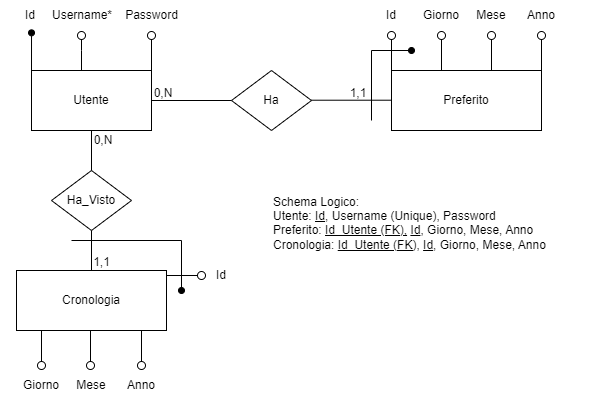
Before: 7_Allegati/DB/Schema_E-R.png, a diagram exported from draw.io (Skydog17/APOD_API-2024-2025). Source tidied: cells renumbered, new cells last; positions are measured from the earlier drawing's top-left corner, leaving out a move shared by most shapes.
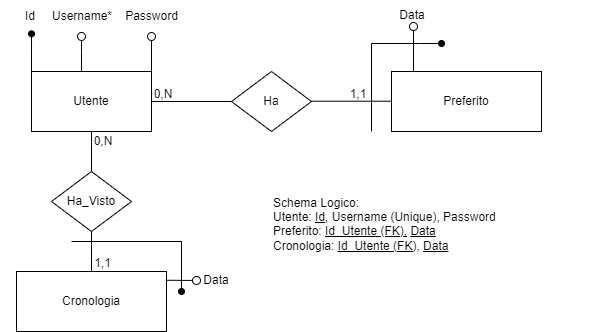
Above is the later version.

The edit, as a diff of the source:
```diff
@@ -14,27 +14,21 @@
     <mxCell id="5" style="endArrow=oval;html=1;rounded=0;endFill=1;exitX=0;exitY=0;exitDx=0;exitDy=0;entryX=0.517;entryY=1.078;entryDx=0;entryDy=0;entryPerimeter=0;" parent="1" edge="1" source="2" target="9">
       <mxGeometry relative="1" as="geometry" />
     </mxCell>
-    <mxCell id="6" style="endArrow=circle;html=1;rounded=0;endFill=0;startSize=3;endSize=3;" parent="1" edge="1">
-      <mxGeometry relative="1" as="geometry">
-        <mxPoint x="81" y="70" as="sourcePoint" />
-        <mxPoint x="81" y="30" as="targetPoint" />
-        <Array as="points">
-          <mxPoint x="81" y="50" />
-        </Array>
-      </mxGeometry>
-    </mxCell>
-    <mxCell id="7" style="endArrow=circle;html=1;rounded=0;endFill=0;startSize=3;endSize=3;" parent="1" edge="1">
-      <mxGeometry relative="1" as="geometry">
-        <mxPoint x="541" y="70" as="sourcePoint" />
-        <mxPoint x="541" y="30" as="targetPoint" />
-      </mxGeometry>
-    </mxCell>
-    <mxCell id="8" style="endArrow=circle;html=1;rounded=0;endFill=0;startSize=3;endSize=3;" parent="1" edge="1">
-      <mxGeometry relative="1" as="geometry">
-        <mxPoint x="151" y="70" as="sourcePoint" />
-        <mxPoint x="151" y="30" as="targetPoint" />
-      </mxGeometry>
-    </mxCell>
+    <mxCell id="40" style="endArrow=circle;html=1;rounded=0;endFill=0;startSize=3;endSize=3;" parent="1" edge="1">
+      <mxGeometry relative="1" as="geometry">
+        <mxPoint x="81" y="70" as="sourcePoint" />
+        <mxPoint x="81" y="30" as="targetPoint" />
+        <Array as="points">
+          <mxPoint x="81" y="50" />
+        </Array>
+      </mxGeometry>
+    </mxCell>
+    <mxCell id="41" style="endArrow=circle;html=1;rounded=0;endFill=0;startSize=3;endSize=3;" parent="1" edge="1">
+      <mxGeometry relative="1" as="geometry">
+        <mxPoint x="151" y="70" as="sourcePoint" />
+        <mxPoint x="151" y="30" as="targetPoint" />
+      </mxGeometry>
+    </mxCell>
     <mxCell id="9" value="Id" style="text;html=1;align=center;verticalAlign=middle;whiteSpace=wrap;rounded=0;" parent="1" vertex="1">
       <mxGeometry width="60" height="30" as="geometry" />
     </mxCell>
@@ -44,127 +38,77 @@
     <mxCell id="11" value="Password" style="text;html=1;align=center;verticalAlign=middle;strokeColor=none;fillColor=none;" parent="1" vertex="1">
       <mxGeometry x="111" width="80" height="30" as="geometry" />
     </mxCell>
-    <mxCell id="12" style="endArrow=circle;html=1;rounded=0;endFill=0;startSize=3;endSize=3;" parent="1" edge="1">
-      <mxGeometry relative="1" as="geometry">
-        <mxPoint x="441" y="70" as="sourcePoint" />
-        <mxPoint x="441" y="30" as="targetPoint" />
-      </mxGeometry>
-    </mxCell>
-    <mxCell id="13" style="endArrow=circle;html=1;rounded=0;endFill=0;startSize=3;endSize=3;" parent="1" edge="1">
-      <mxGeometry relative="1" as="geometry">
-        <mxPoint x="491" y="70" as="sourcePoint" />
-        <mxPoint x="491" y="30" as="targetPoint" />
-      </mxGeometry>
-    </mxCell>
-    <mxCell id="14" style="endArrow=circle;html=1;rounded=0;endFill=0;startSize=3;endSize=3;" parent="1" edge="1">
-      <mxGeometry relative="1" as="geometry">
-        <mxPoint x="391" y="70" as="sourcePoint" />
-        <mxPoint x="391" y="30" as="targetPoint" />
-      </mxGeometry>
-    </mxCell>
-    <mxCell id="15" value="Id" style="text;html=1;align=center;verticalAlign=middle;whiteSpace=wrap;rounded=0;" parent="1" vertex="1">
-      <mxGeometry x="361" width="60" height="30" as="geometry" />
-    </mxCell>
-    <mxCell id="16" value="Giorno" style="text;html=1;align=center;verticalAlign=middle;whiteSpace=wrap;rounded=0;" parent="1" vertex="1">
-      <mxGeometry x="411" width="60" height="30" as="geometry" />
-    </mxCell>
-    <mxCell id="17" value="Mese" style="text;html=1;align=center;verticalAlign=middle;whiteSpace=wrap;rounded=0;" parent="1" vertex="1">
-      <mxGeometry x="461" width="60" height="30" as="geometry" />
-    </mxCell>
-    <mxCell id="18" value="Anno" style="text;html=1;align=center;verticalAlign=middle;whiteSpace=wrap;rounded=0;" parent="1" vertex="1">
-      <mxGeometry x="511" width="60" height="30" as="geometry" />
-    </mxCell>
     <mxCell id="19" style="endArrow=none;html=1;rounded=0;exitX=1;exitY=0.5;exitDx=0;exitDy=0;entryX=0;entryY=0.5;entryDx=0;entryDy=0;" parent="1" edge="1" source="2" target="4">
       <mxGeometry relative="1" as="geometry" />
     </mxCell>
-    <mxCell id="20" style="endArrow=none;html=1;rounded=0;exitX=1;exitY=0.5;exitDx=0;exitDy=0;entryX=0;entryY=0.5;entryDx=0;entryDy=0;" parent="1" edge="1">
-      <mxGeometry relative="1" as="geometry">
-        <mxPoint x="311" y="99.7" as="sourcePoint" />
-        <mxPoint x="391" y="99.7" as="targetPoint" />
-      </mxGeometry>
-    </mxCell>
-    <mxCell id="21" style="endArrow=oval;html=1;rounded=0;endFill=1;" parent="1" edge="1">
-      <mxGeometry relative="1" as="geometry">
-        <mxPoint x="371" y="120" as="sourcePoint" />
-        <mxPoint x="411" y="50" as="targetPoint" />
-        <Array as="points">
-          <mxPoint x="371" y="50" />
-        </Array>
-      </mxGeometry>
-    </mxCell>
+    <mxCell id="42" style="endArrow=none;html=1;rounded=0;exitX=1;exitY=0.5;exitDx=0;exitDy=0;entryX=0;entryY=0.5;entryDx=0;entryDy=0;" parent="1" edge="1">
+      <mxGeometry relative="1" as="geometry">
+        <mxPoint x="311" y="99.7" as="sourcePoint" />
+        <mxPoint x="391" y="99.7" as="targetPoint" />
+      </mxGeometry>
+    </mxCell>
     <mxCell id="22" value="0,N" style="text;html=1;align=center;verticalAlign=middle;whiteSpace=wrap;rounded=0;" parent="1" vertex="1">
       <mxGeometry x="133" y="78" width="60" height="30" as="geometry" />
     </mxCell>
     <mxCell id="23" value="1,1" style="text;html=1;align=center;verticalAlign=middle;whiteSpace=wrap;rounded=0;" parent="1" vertex="1">
       <mxGeometry x="328" y="78" width="60" height="30" as="geometry" />
     </mxCell>
-    <mxCell id="24" value="Schema Logico:&lt;div&gt;Utente: &lt;u&gt;Id&lt;/u&gt;, Username (Unique), Password&lt;/div&gt;&lt;div&gt;Preferito: &lt;u&gt;Id_Utente (FK),&lt;/u&gt;&amp;nbsp;&lt;u&gt;Id&lt;/u&gt;, Giorno, Mese, Anno&lt;/div&gt;&lt;div&gt;Cronologia:&amp;nbsp;&lt;u&gt;Id_Utente (FK),&lt;/u&gt;&amp;nbsp;&lt;u&gt;Id&lt;/u&gt;, Giorno, Mese, Anno&lt;br&gt;&lt;div&gt;&lt;br&gt;&lt;/div&gt;&lt;/div&gt;" style="text;html=1;align=left;verticalAlign=middle;whiteSpace=wrap;rounded=0;" parent="1" vertex="1">
-      <mxGeometry x="271" y="190" width="320" height="80" as="geometry" />
-    </mxCell>
+    <mxCell id="43" value="Schema Logico:&lt;div&gt;Utente: &lt;u&gt;Id&lt;/u&gt;, Username (Unique), Password&lt;/div&gt;&lt;div&gt;Preferito: &lt;u&gt;Id_Utente (FK),&lt;/u&gt;&amp;nbsp;&lt;u&gt;Data&lt;/u&gt;&lt;/div&gt;&lt;div&gt;Cronologia:&amp;nbsp;&lt;u&gt;Id_Utente (FK),&lt;/u&gt;&amp;nbsp;&lt;u&gt;Data&lt;/u&gt;&lt;br&gt;&lt;div&gt;&lt;br&gt;&lt;/div&gt;&lt;/div&gt;" style="text;html=1;align=left;verticalAlign=middle;whiteSpace=wrap;rounded=0;" parent="1" vertex="1">
+      <mxGeometry x="271" y="190" width="320" height="80" as="geometry" />
+    </mxCell>
     <mxCell id="25" value="Cronologia" style="rounded=0;whiteSpace=wrap;html=1;" parent="1" vertex="1">
       <mxGeometry x="16" y="270" width="150" height="60" as="geometry" />
     </mxCell>
     <mxCell id="26" value="Ha_Visto" style="rhombus;whiteSpace=wrap;html=1;" parent="1" vertex="1">
       <mxGeometry x="51" y="170" width="80" height="60" as="geometry" />
     </mxCell>
-    <mxCell id="27" style="endArrow=none;html=1;rounded=0;exitX=0.5;exitY=1;exitDx=0;exitDy=0;" parent="1" edge="1" source="2">
-      <mxGeometry relative="1" as="geometry">
-        <mxPoint x="91" y="170" as="targetPoint" />
-      </mxGeometry>
-    </mxCell>
+    <mxCell id="44" style="endArrow=none;html=1;rounded=0;exitX=0.5;exitY=1;exitDx=0;exitDy=0;" parent="1" edge="1" source="2">
+      <mxGeometry relative="1" as="geometry">
+        <mxPoint x="91" y="170" as="targetPoint" />
+      </mxGeometry>
+    </mxCell>
     <mxCell id="28" style="endArrow=none;html=1;rounded=0;exitX=0.5;exitY=1;exitDx=0;exitDy=0;entryX=0.5;entryY=0;entryDx=0;entryDy=0;" parent="1" edge="1" source="26" target="25">
       <mxGeometry relative="1" as="geometry" />
     </mxCell>
-    <mxCell id="29" style="endArrow=oval;html=1;rounded=0;endFill=1;" parent="1" edge="1">
-      <mxGeometry relative="1" as="geometry">
-        <mxPoint x="71" y="240" as="sourcePoint" />
-        <mxPoint x="181" y="290" as="targetPoint" />
-        <Array as="points">
-          <mxPoint x="181" y="240" />
-        </Array>
-      </mxGeometry>
-    </mxCell>
+    <mxCell id="45" style="endArrow=oval;html=1;rounded=0;endFill=1;" parent="1" edge="1">
+      <mxGeometry relative="1" as="geometry">
+        <mxPoint x="71" y="240" as="sourcePoint" />
+        <mxPoint x="181" y="290" as="targetPoint" />
+        <Array as="points">
+          <mxPoint x="181" y="240" />
+        </Array>
+      </mxGeometry>
+    </mxCell>
     <mxCell id="30" value="0,N" style="text;html=1;align=center;verticalAlign=middle;whiteSpace=wrap;rounded=0;" parent="1" vertex="1">
       <mxGeometry x="73" y="125" width="60" height="30" as="geometry" />
     </mxCell>
     <mxCell id="31" value="1,1" style="text;html=1;align=center;verticalAlign=middle;whiteSpace=wrap;rounded=0;" parent="1" vertex="1">
       <mxGeometry x="72.5" y="247" width="58.5" height="30" as="geometry" />
     </mxCell>
-    <mxCell id="32" style="endArrow=circle;html=1;rounded=0;endFill=0;startSize=3;endSize=3;" parent="1" edge="1">
-      <mxGeometry relative="1" as="geometry">
-        <mxPoint x="41" y="330" as="sourcePoint" />
-        <mxPoint x="41" y="370" as="targetPoint" />
-      </mxGeometry>
-    </mxCell>
-    <mxCell id="33" value="Giorno" style="text;html=1;align=center;verticalAlign=middle;whiteSpace=wrap;rounded=0;rotation=0;" parent="1" vertex="1">
-      <mxGeometry x="11" y="370" width="60" height="30" as="geometry" />
-    </mxCell>
-    <mxCell id="34" style="endArrow=circle;html=1;rounded=0;endFill=0;startSize=3;endSize=3;" parent="1" edge="1">
-      <mxGeometry relative="1" as="geometry">
-        <mxPoint x="90" y="330" as="sourcePoint" />
-        <mxPoint x="90" y="370" as="targetPoint" />
-      </mxGeometry>
-    </mxCell>
-    <mxCell id="35" value="Mese" style="text;html=1;align=center;verticalAlign=middle;whiteSpace=wrap;rounded=0;rotation=0;" parent="1" vertex="1">
-      <mxGeometry x="61" y="370" width="60" height="30" as="geometry" />
-    </mxCell>
-    <mxCell id="36" style="endArrow=circle;html=1;rounded=0;endFill=0;startSize=3;endSize=3;" parent="1" edge="1">
-      <mxGeometry relative="1" as="geometry">
-        <mxPoint x="141" y="330" as="sourcePoint" />
-        <mxPoint x="141" y="370" as="targetPoint" />
-      </mxGeometry>
-    </mxCell>
-    <mxCell id="37" value="Anno" style="text;html=1;align=center;verticalAlign=middle;whiteSpace=wrap;rounded=0;rotation=0;" parent="1" vertex="1">
-      <mxGeometry x="111" y="370" width="60" height="30" as="geometry" />
-    </mxCell>
-    <mxCell id="38" style="endArrow=circle;html=1;rounded=0;endFill=0;startSize=3;endSize=3;" parent="1" edge="1">
-      <mxGeometry relative="1" as="geometry">
-        <mxPoint x="166" y="275" as="sourcePoint" />
-        <mxPoint x="206" y="275" as="targetPoint" />
-      </mxGeometry>
-    </mxCell>
-    <mxCell id="39" value="Id" style="text;html=1;align=center;verticalAlign=middle;whiteSpace=wrap;rounded=0;rotation=0;" parent="1" vertex="1">
-      <mxGeometry x="191" y="260" width="60" height="30" as="geometry" />
-    </mxCell>
+    <mxCell id="46" style="endArrow=circle;html=1;rounded=0;endFill=0;startSize=3;endSize=3;exitX=0.996;exitY=0.146;exitDx=0;exitDy=0;exitPerimeter=0;entryX=0;entryY=0.5;entryDx=0;entryDy=0;" parent="1" edge="1" source="25" target="47">
+      <mxGeometry relative="1" as="geometry" />
+    </mxCell>
+    <mxCell id="47" value="Data" style="text;html=1;align=center;verticalAlign=middle;whiteSpace=wrap;rounded=0;" parent="1" vertex="1">
+      <mxGeometry x="201" y="264" width="30" height="30" as="geometry" />
+    </mxCell>
+    <mxCell id="48" style="endArrow=oval;html=1;rounded=0;endFill=1;" parent="1" edge="1">
+      <mxGeometry relative="1" as="geometry">
+        <mxPoint x="371" y="130" as="sourcePoint" />
+        <mxPoint x="441" y="42" as="targetPoint" />
+        <Array as="points">
+          <mxPoint x="371" y="42" />
+          <mxPoint x="419" y="42" />
+        </Array>
+      </mxGeometry>
+    </mxCell>
+    <mxCell id="49" style="endArrow=circle;html=1;rounded=0;endFill=0;startSize=3;endSize=3;exitX=0.996;exitY=0.146;exitDx=0;exitDy=0;exitPerimeter=0;" parent="1" edge="1">
+      <mxGeometry relative="1" as="geometry">
+        <mxPoint x="413" y="70" as="sourcePoint" />
+        <mxPoint x="413" y="20" as="targetPoint" />
+      </mxGeometry>
+    </mxCell>
+    <mxCell id="50" value="Data" style="text;html=1;align=center;verticalAlign=middle;whiteSpace=wrap;rounded=0;rotation=0;" parent="1" vertex="1">
+      <mxGeometry x="397" y="-1" width="30" height="30" as="geometry" />
+    </mxCell>
   </root>
 </mxGraphModel>
```
